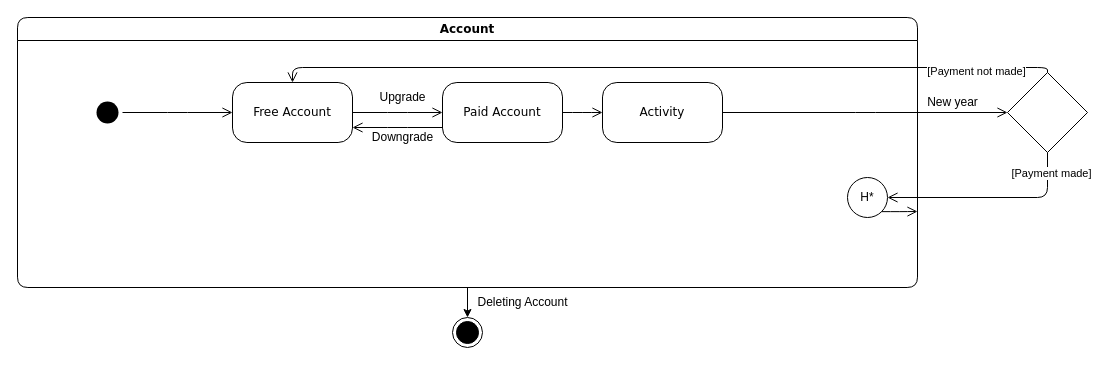
Before: docs/modelling/src/state_chart_diagram.drawio in zanottipaolo/IS-Project, a draw.io diagram. Source tidied: cells renumbered, new cells numbered last; positions are measured from the earlier drawing's top-left corner, leaving out a move shared by most shapes. Both pictures are drawn from the tidied source at 100%, with x=0, y=0 at pixel (17, 17).
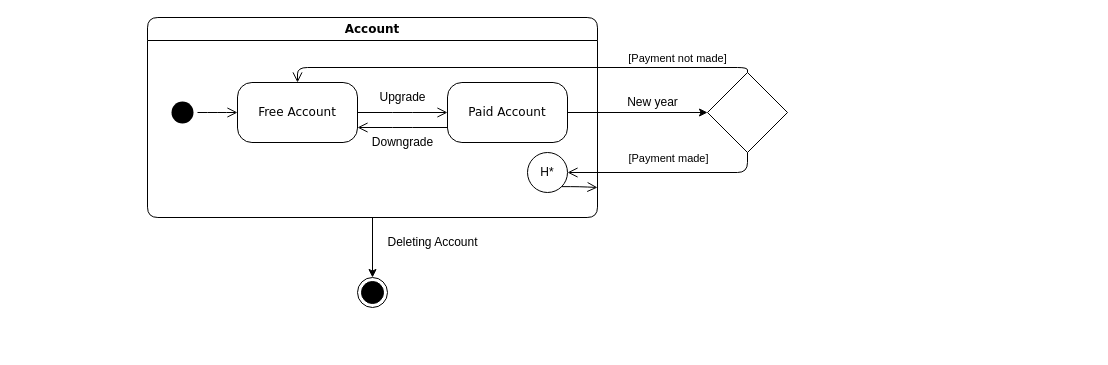
The same page after the edit.

Unchanged cells that the change refers to:
```xml
<mxCell id="21" style="edgeStyle=elbowEdgeStyle;html=1;labelBackgroundColor=none;endArrow=open;endSize=8;strokeColor=#000000;fontFamily=Verdana;fontSize=12;align=left;exitX=0.5;exitY=0;exitDx=0;exitDy=0;entryX=0.5;entryY=0;entryDx=0;entryDy=0;" parent="1" edge="1" source="16" target="5">
  <mxGeometry relative="1" as="geometry">
    <Array as="points">
      <mxPoint x="650" y="50" />
    </Array>
  </mxGeometry>
</mxCell>
```

Change to the diagram source:
```diff
@@
     <mxCell id="3" value="Account" style="swimlane;whiteSpace=wrap;html=1;rounded=1;shadow=0;comic=0;labelBackgroundColor=none;strokeWidth=1;fontFamily=Verdana;fontSize=12;align=center;" parent="1" vertex="1">
-      <mxGeometry width="900" height="270" as="geometry" />
+      <mxGeometry x="130" width="450" height="200" as="geometry" />
     </mxCell>
@@
     <mxCell id="5" value="Free Account" style="rounded=1;whiteSpace=wrap;html=1;arcSize=24;shadow=0;comic=0;labelBackgroundColor=none;fontFamily=Verdana;fontSize=12;align=center;" parent="3" vertex="1">
-      <mxGeometry x="215" y="65" width="120" height="60" as="geometry" />
+      <mxGeometry x="90" y="65" width="120" height="60" as="geometry" />
     </mxCell>
@@
     <mxCell id="7" style="ellipse;html=1;shape=startState;fillColor=#000000;strokeColor=none;rounded=1;shadow=0;comic=0;labelBackgroundColor=none;fontFamily=Verdana;fontSize=12;fontColor=#000000;align=center;direction=south;" parent="3" vertex="1">
-      <mxGeometry x="75" y="80" width="30" height="30" as="geometry" />
+      <mxGeometry x="20" y="80" width="30" height="30" as="geometry" />
     </mxCell>
-    <mxCell id="8" style="edgeStyle=elbowEdgeStyle;html=1;labelBackgroundColor=none;endArrow=open;endSize=8;strokeColor=#000000;fontFamily=Verdana;fontSize=12;align=left;" parent="3" edge="1" source="9" target="10">
-      <mxGeometry relative="1" as="geometry" />
-    </mxCell>
     <mxCell id="9" value="Paid Account" style="rounded=1;whiteSpace=wrap;html=1;arcSize=24;shadow=0;comic=0;labelBackgroundColor=none;fontFamily=Verdana;fontSize=12;align=center;" parent="3" vertex="1">
-      <mxGeometry x="425" y="65" width="120" height="60" as="geometry" />
+      <mxGeometry x="300" y="65" width="120" height="60" as="geometry" />
     </mxCell>
-    <mxCell id="10" value="Activity" style="rounded=1;whiteSpace=wrap;html=1;arcSize=24;shadow=0;comic=0;labelBackgroundColor=none;fontFamily=Verdana;fontSize=12;align=center;" parent="3" vertex="1">
-      <mxGeometry x="585" y="65" width="120" height="60" as="geometry" />
-    </mxCell>
@@
     <mxCell id="12" value="Downgrade" style="text;html=1;align=center;verticalAlign=middle;strokeColor=none;fillColor=none;" parent="3" vertex="1">
-      <mxGeometry x="345" y="105" width="80" height="30" as="geometry" />
+      <mxGeometry x="215" y="110" width="80" height="30" as="geometry" />
     </mxCell>
     <mxCell id="13" value="Upgrade" style="text;html=1;align=center;verticalAlign=middle;strokeColor=none;fillColor=none;" parent="3" vertex="1">
-      <mxGeometry x="350" y="65" width="70" height="30" as="geometry" />
+      <mxGeometry x="220" y="65" width="70" height="30" as="geometry" />
     </mxCell>
     <mxCell id="14" value="H*" style="ellipse;whiteSpace=wrap;html=1;strokeColor=default;" parent="3" vertex="1">
-      <mxGeometry x="830" y="160" width="40" height="40" as="geometry" />
+      <mxGeometry x="380" y="135" width="40" height="40" as="geometry" />
     </mxCell>
     <mxCell id="15" style="edgeStyle=elbowEdgeStyle;html=1;labelBackgroundColor=none;endArrow=open;endSize=8;strokeColor=#000000;fontFamily=Verdana;fontSize=12;align=left;exitX=1;exitY=1;exitDx=0;exitDy=0;" parent="3" edge="1" source="14">
       <mxGeometry relative="1" as="geometry">
-        <mxPoint x="900" y="194" as="targetPoint" />
+        <mxPoint x="450" y="170" as="targetPoint" />
       </mxGeometry>
     </mxCell>
     <mxCell id="16" style="rhombus;whiteSpace=wrap;html=1;strokeColor=default;" parent="1" vertex="1">
-      <mxGeometry x="990" y="55" width="80" height="80" as="geometry" />
+      <mxGeometry x="690" y="55" width="80" height="80" as="geometry" />
     </mxCell>
     <mxCell id="17" style="ellipse;html=1;shape=endState;fillColor=#000000;strokeColor=default;rounded=1;shadow=0;comic=0;labelBackgroundColor=none;fontFamily=Verdana;fontSize=12;fontColor=#000000;align=center;" parent="1" vertex="1">
-      <mxGeometry x="435" y="300" width="30" height="30" as="geometry" />
+      <mxGeometry x="340" y="260" width="30" height="30" as="geometry" />
     </mxCell>
-    <mxCell id="18" style="edgeStyle=elbowEdgeStyle;html=1;labelBackgroundColor=none;endArrow=open;endSize=8;strokeColor=#000000;fontFamily=Verdana;fontSize=12;align=left;exitX=1;exitY=0.5;exitDx=0;exitDy=0;entryX=0;entryY=0.5;entryDx=0;entryDy=0;" parent="1" edge="1" source="10" target="16">
-      <mxGeometry relative="1" as="geometry" />
-    </mxCell>
     <mxCell id="19" style="edgeStyle=elbowEdgeStyle;html=1;labelBackgroundColor=none;endArrow=open;endSize=8;strokeColor=#000000;fontFamily=Verdana;fontSize=12;align=left;exitX=0.5;exitY=1;exitDx=0;exitDy=0;entryX=1;entryY=0.5;entryDx=0;entryDy=0;" parent="1" edge="1" source="16" target="14">
       <mxGeometry relative="1" as="geometry">
         <Array as="points">
-          <mxPoint x="1030" y="160" />
+          <mxPoint x="730" y="155" />
         </Array>
       </mxGeometry>
     </mxCell>
     <mxCell id="20" value="[Payment made]" style="edgeLabel;html=1;align=center;verticalAlign=middle;" parent="19" vertex="1">
-      <mxGeometry x="-0.8" y="3" relative="1" as="geometry" />
+      <mxGeometry x="-0.8" y="3" relative="1" as="geometry">
+        <mxPoint x="-80" y="-18" as="offset" />
+      </mxGeometry>
     </mxCell>
@@
     <mxCell id="22" value="[Payment not made]" style="edgeLabel;html=1;align=center;verticalAlign=middle;" parent="21" vertex="1">
-      <mxGeometry x="-0.8" y="3" relative="1" as="geometry" />
+      <mxGeometry x="-0.8" y="3" relative="1" as="geometry">
+        <mxPoint x="-29" y="-13" as="offset" />
+      </mxGeometry>
     </mxCell>
     <mxCell id="23" value="New year" style="text;html=1;align=center;verticalAlign=middle;strokeColor=none;fillColor=none;" parent="1" vertex="1">
-      <mxGeometry x="900" y="70" width="70" height="30" as="geometry" />
+      <mxGeometry x="600" y="70" width="70" height="30" as="geometry" />
     </mxCell>
     <mxCell id="24" value="Deleting Account" style="text;html=1;align=center;verticalAlign=middle;strokeColor=none;fillColor=none;" parent="1" vertex="1">
-      <mxGeometry x="450" y="270" width="110" height="30" as="geometry" />
+      <mxGeometry x="360" y="210" width="110" height="30" as="geometry" />
     </mxCell>
+    <mxCell id="25" style="edgeStyle=orthogonalEdgeStyle;rounded=0;jettySize=auto;html=1;entryX=0;entryY=0.5;entryDx=0;entryDy=0;" parent="1" edge="1" source="9" target="16">
+      <mxGeometry relative="1" as="geometry" />
+    </mxCell>
```
